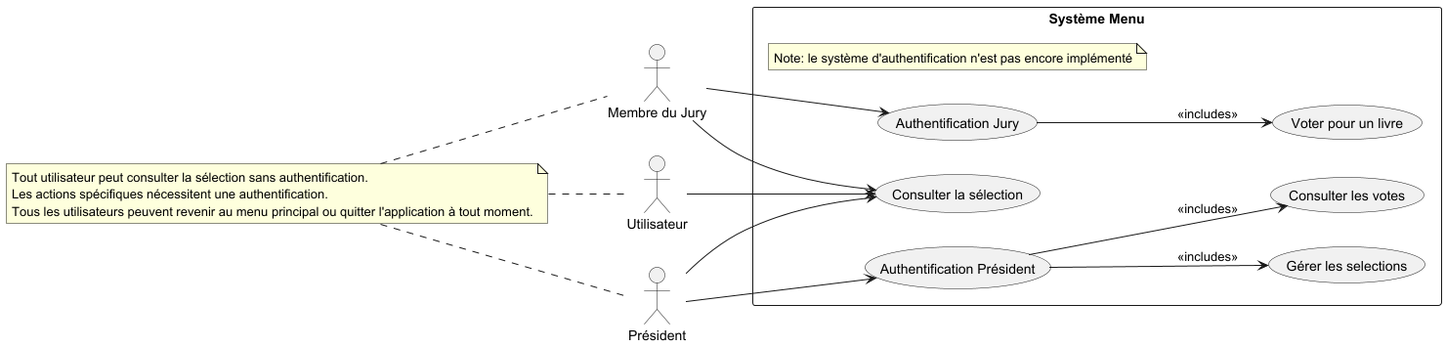
The PlantUML diagram doc/uml/1-use_case/goncourt-use_case.png in john7440/Evaluation-Metier-Python, before a commit.
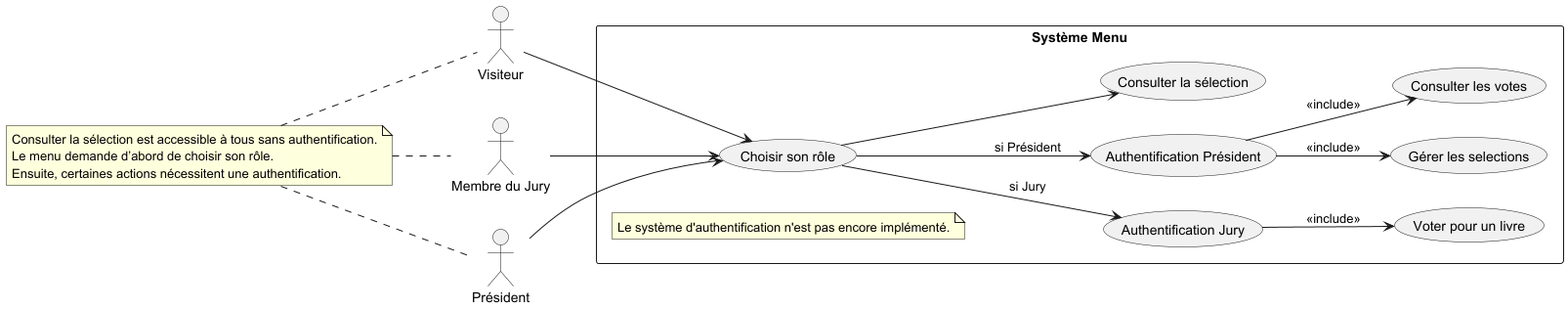
After the commit.

Commit message:
mise a jour pour refleter le menu avec le choix de role avant action

Change to the diagram source:
```diff
@@ -1,38 +1,39 @@
 @startuml
 left to right direction
 
+actor "Visiteur" as user
 actor "Membre du Jury" as jury
-actor Utilisateur as user
-actor Président as president
+actor "Président" as president
 
 rectangle "Système Menu" {
 
-  note "Note: le système d'authentification n'est pas encore implémenté" as N2
+  usecase "Choisir son rôle" as UC_role
+
+  note "Le système d'authentification n'est pas encore implémenté." as N2
 
   usecase "Authentification Jury" as UC_auth_jury
   usecase "Authentification Président" as UC_auth
 
   usecase "Consulter la sélection" as UC_consult
-
   usecase "Voter pour un livre" as UC_vote
-
   usecase "Gérer les selections" as UC_sel
   usecase "Consulter les votes" as UC_show_votes
 }
 
-user --> UC_consult
-jury --> UC_consult
-president --> UC_consult
+user --> UC_role
+jury --> UC_role
+president --> UC_role
 
-jury --> UC_auth_jury
-president --> UC_auth
+UC_role --> UC_consult
 
-UC_auth_jury --> UC_vote : <<includes>>
+UC_role --> UC_auth_jury : si Jury
+UC_auth_jury --> UC_vote : <<include>>
 
-UC_auth --> UC_show_votes :<<includes>>
-UC_auth --> UC_sel : <<includes>>
+UC_role --> UC_auth : si Président
+UC_auth --> UC_sel : <<include>>
+UC_auth --> UC_show_votes : <<include>>
 
-note "Tout utilisateur peut consulter la sélection sans authentification.\nLes actions spécifiques nécessitent une authentification.\nTous les utilisateurs peuvent revenir au menu principal ou quitter l'application à tout moment." as N1
+note "Consulter la sélection est accessible à tous sans authentification.\nLe menu demande d’abord de choisir son rôle.\nEnsuite, certaines actions nécessitent une authentification." as N1
 N1 .. user
 N1 .. jury
 N1 .. president
```
